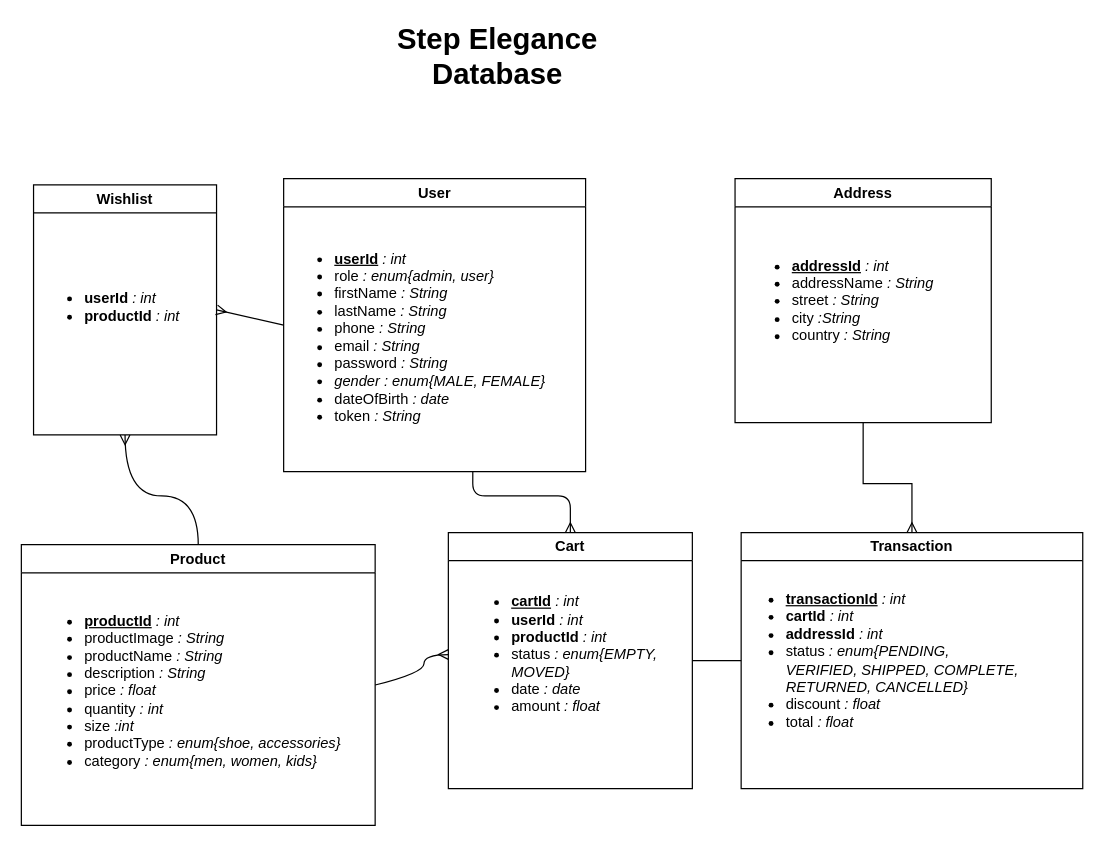
The draw.io diagram StepEleganceFrontEnd/src/assets/ER-diagram.drawio in kasmi00/Step_Elegance33A, before the edit. Source tidied: cells renumbered, new cells numbered last; positions are measured from the earlier drawing's top-left corner, leaving out a move shared by most shapes. Both pictures are drawn from the tidied source at 122%, with x=0, y=0 at pixel (21, 32).
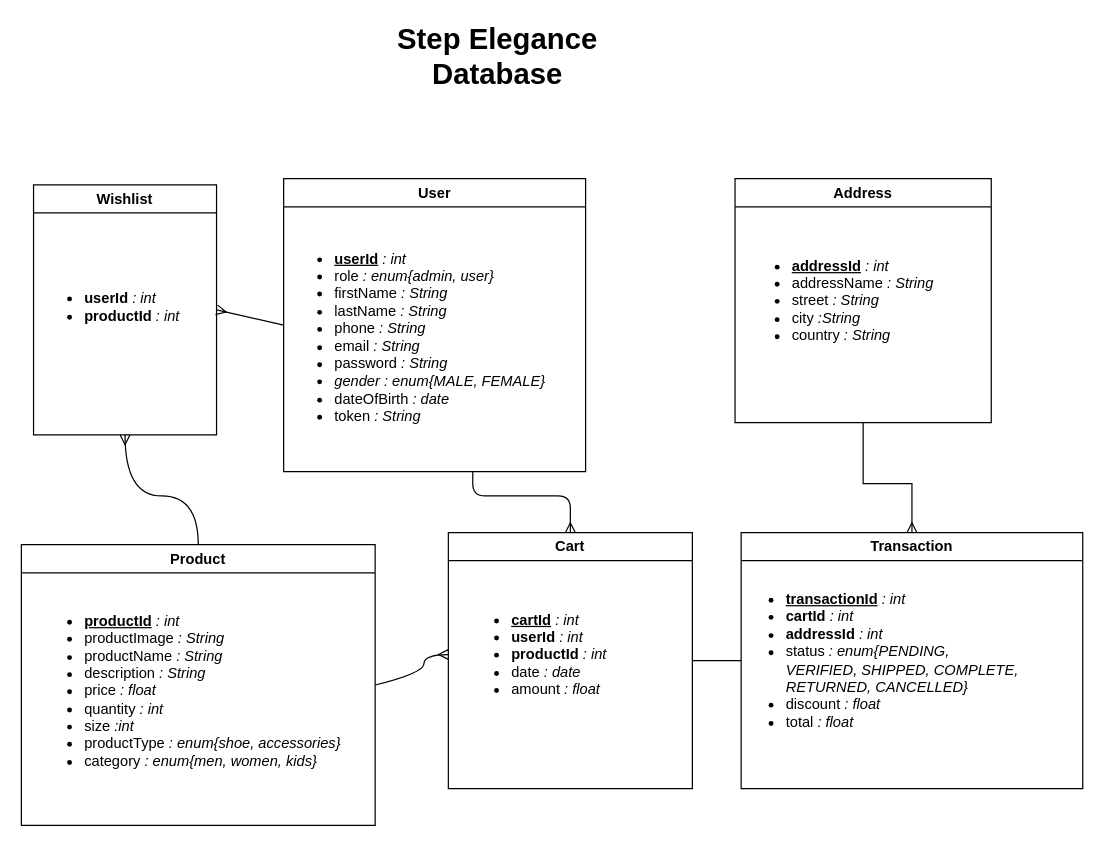
The same diagram, later.

Commit message (it also covers changes not shown here):
wishlist remaining

The change refers to these unchanged cells:
```xml
<mxCell id="12" value="Cart" style="swimlane;whiteSpace=wrap;html=1;" parent="1" vertex="1">
  <mxGeometry x="350" y="410" width="200" height="210" as="geometry" />
</mxCell>
```

Change to the diagram source:
```diff
@@
-    <mxCell id="13" value="&lt;ul&gt;&lt;li&gt;&lt;u style=&quot;font-weight: bold;&quot;&gt;cartId&lt;/u&gt;&lt;i&gt;&amp;nbsp;: int&lt;/i&gt;&lt;/li&gt;&lt;li&gt;&lt;b style=&quot;&quot;&gt;userId &lt;/b&gt;&lt;i&gt;: int&lt;/i&gt;&lt;/li&gt;&lt;li&gt;&lt;b style=&quot;&quot;&gt;productId&amp;nbsp;&lt;/b&gt;&lt;i&gt;: int&lt;/i&gt;&lt;/li&gt;&lt;li&gt;status&lt;i&gt;&amp;nbsp;: enum{EMPTY, &lt;br&gt;MOVED}&lt;/i&gt;&lt;/li&gt;&lt;li&gt;date &lt;i&gt;: date&lt;/i&gt;&lt;/li&gt;&lt;li&gt;amount &lt;i&gt;: float&lt;/i&gt;&lt;/li&gt;&lt;/ul&gt;" style="text;html=1;align=left;verticalAlign=middle;strokeColor=none;fillColor=none;" parent="12" vertex="1">
-      <mxGeometry x="10" y="15" width="180" height="170" as="geometry" />
+    <mxCell id="13" value="&lt;ul&gt;&lt;li&gt;&lt;u style=&quot;font-weight: bold;&quot;&gt;cartId&lt;/u&gt;&lt;i&gt;&amp;nbsp;: int&lt;/i&gt;&lt;/li&gt;&lt;li&gt;&lt;b style=&quot;&quot;&gt;userId &lt;/b&gt;&lt;i&gt;: int&lt;/i&gt;&lt;/li&gt;&lt;li&gt;&lt;b style=&quot;&quot;&gt;productId&amp;nbsp;&lt;/b&gt;&lt;i&gt;: int&lt;/i&gt;&lt;/li&gt;&lt;li&gt;date &lt;i&gt;: date&lt;/i&gt;&lt;/li&gt;&lt;li&gt;amount &lt;i&gt;: float&lt;/i&gt;&lt;/li&gt;&lt;/ul&gt;" style="text;html=1;align=left;verticalAlign=middle;strokeColor=none;fillColor=none;" parent="12" vertex="1">
+      <mxGeometry x="10" y="30" width="140" height="140" as="geometry" />
     </mxCell>
```
